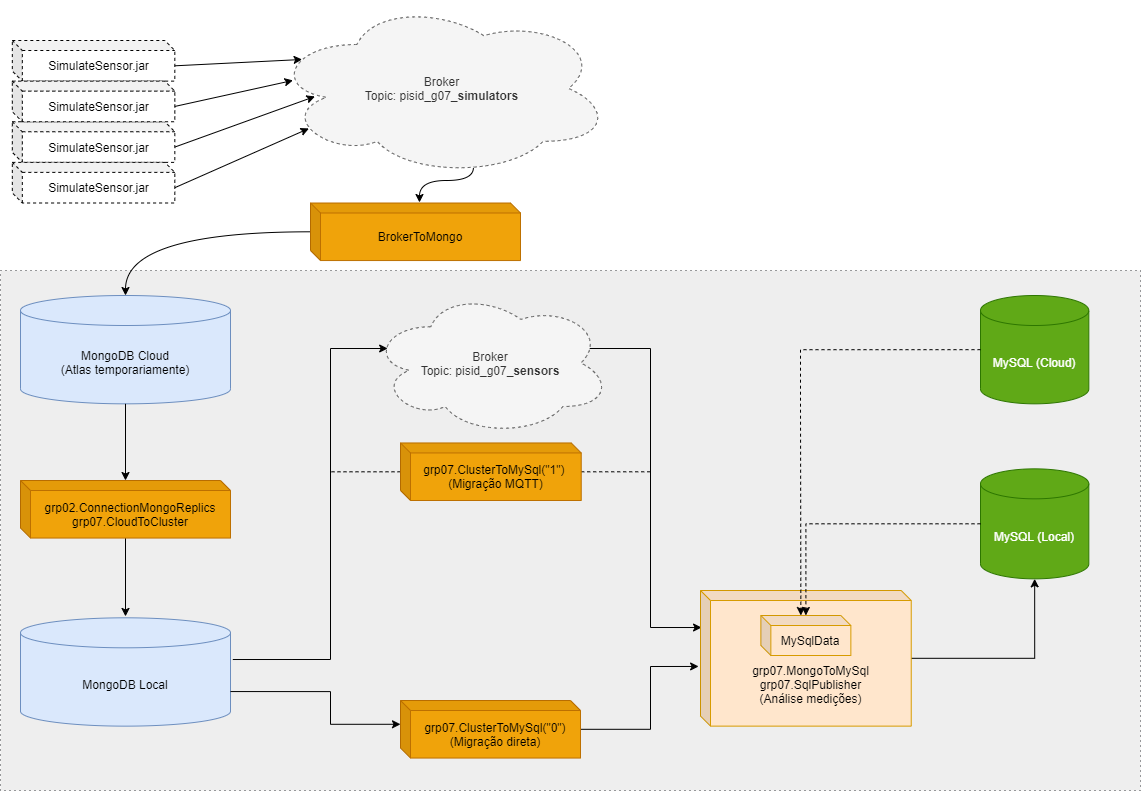
Above: java-app/app-scheme.png in gui-ant/psid (draw.io), before the change. Source tidied: cells renumbered, new cells last; positions are measured from the earlier drawing's top-left corner, leaving out a move shared by most shapes.
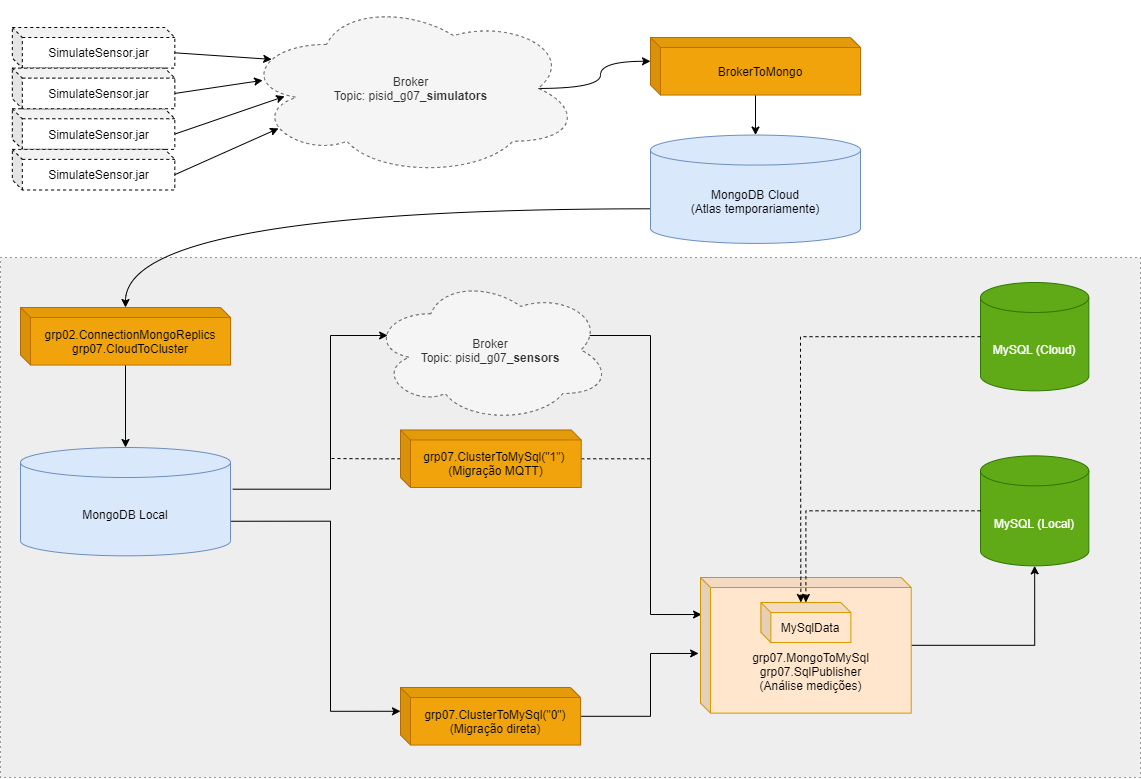
Later version of the same file.

The edit, as a diff of the source:
```diff
@@ -5,16 +5,16 @@
     <mxCell id="2" style="rounded=0;whiteSpace=wrap;html=1;dashed=1;dashPattern=1 4;fillColor=#eeeeee;strokeColor=#36393d;" parent="1" vertex="1">
       <mxGeometry y="270" width="1140" height="520" as="geometry" />
     </mxCell>
-    <mxCell id="3" style="edgeStyle=orthogonalEdgeStyle;rounded=0;jettySize=auto;html=1;exitX=0.594;exitY=0.949;exitDx=0;exitDy=0;exitPerimeter=0;entryX=0.519;entryY=-0.009;entryDx=0;entryDy=0;entryPerimeter=0;curved=1;" parent="1" edge="1" source="4" target="36">
+    <mxCell id="3" style="edgeStyle=orthogonalEdgeStyle;rounded=0;jettySize=auto;html=1;exitDx=0;exitDy=0;exitPerimeter=0;entryDx=0;entryDy=23.776435185185186;entryPerimeter=0;curved=1;exitX=0.875;exitY=0.5;entryX=0;entryY=0;" parent="1" edge="1" source="4" target="36">
       <mxGeometry relative="1" as="geometry">
         <Array as="points">
-          <mxPoint x="473" y="180" />
-          <mxPoint x="419" y="180" />
+          <mxPoint x="600" y="101" />
+          <mxPoint x="600" y="74" />
         </Array>
       </mxGeometry>
     </mxCell>
     <mxCell id="4" value="Broker&lt;br&gt;Topic: pisid_g07_&lt;b&gt;simulators&lt;/b&gt;" style="ellipse;shape=cloud;whiteSpace=wrap;html=1;dashed=1;fillColor=#f5f5f5;strokeColor=#666666;fontColor=#333333;" parent="1" vertex="1">
-      <mxGeometry x="271.8" width="338.5" height="176" as="geometry" />
+      <mxGeometry x="241.5" y="12.9" width="338.5" height="176" as="geometry" />
     </mxCell>
     <mxCell id="5" value="SimulateSensor.jar" style="shape=cube;whiteSpace=wrap;html=1;boundedLbl=1;backgroundOutline=1;darkOpacity=0.05;darkOpacity2=0.1;dashed=1;size=10;" parent="1" vertex="1">
       <mxGeometry x="11.8" y="40" width="162.5" height="40.6" as="geometry" />
@@ -40,26 +40,6 @@
     <mxCell id="12" style="edgeStyle=none;rounded=0;jettySize=auto;html=1;entryX=0.061;entryY=0.454;entryDx=0;entryDy=0;entryPerimeter=0;exitX=0;exitY=0;exitDx=162.50033898305085;exitDy=25.3125;exitPerimeter=0;" parent="1" edge="1" source="11" target="4">
       <mxGeometry x="31.8" y="36.5" as="geometry" />
     </mxCell>
-    <mxCell id="13" style="group;" parent="1" vertex="1">
-      <mxGeometry x="20" y="360" width="210" height="365.6" as="geometry" />
-    </mxCell>
-    <mxCell id="14" value="MongoDB Cloud&lt;br&gt;(Atlas temporariamente)" style="shape=cylinder3;whiteSpace=wrap;html=1;boundedLbl=1;backgroundOutline=1;size=15;fillColor=#dae8fc;strokeColor=#6c8ebf;" parent="13" vertex="1">
-      <mxGeometry y="-65" width="210" height="108.3" as="geometry" />
-    </mxCell>
-    <mxCell id="15" value="MongoDB Local" style="shape=cylinder3;whiteSpace=wrap;html=1;boundedLbl=1;backgroundOutline=1;size=15;fillColor=#dae8fc;strokeColor=#6c8ebf;" parent="13" vertex="1">
-      <mxGeometry y="257.3" width="210" height="108.3" as="geometry" />
-    </mxCell>
-    <mxCell id="16" style="edgeStyle=orthogonalEdgeStyle;curved=1;rounded=0;jettySize=auto;html=1;" parent="13" edge="1" source="17">
-      <mxGeometry relative="1" as="geometry">
-        <mxPoint x="105" y="255.9" as="targetPoint" />
-      </mxGeometry>
-    </mxCell>
-    <mxCell id="17" value="grp02.ConnectionMongoReplics&lt;br&gt;grp07.CloudToCluster" style="shape=cube;whiteSpace=wrap;html=1;boundedLbl=1;backgroundOutline=1;darkOpacity=0.05;darkOpacity2=0.1;size=10;fillColor=#f0a30a;strokeColor=#BD7000;fontColor=#000000;" parent="13" vertex="1">
-      <mxGeometry y="120" width="210" height="57.6" as="geometry" />
-    </mxCell>
-    <mxCell id="18" style="edgeStyle=orthogonalEdgeStyle;curved=1;rounded=0;jettySize=auto;html=1;" parent="13" edge="1" source="14" target="17">
-      <mxGeometry relative="1" as="geometry" />
-    </mxCell>
     <mxCell id="19" style="edgeStyle=orthogonalEdgeStyle;rounded=0;jettySize=auto;html=1;entryX=-0.009;entryY=0.56;entryDx=0;entryDy=0;entryPerimeter=0;" parent="1" edge="1" source="20" target="31">
       <mxGeometry relative="1" as="geometry">
         <Array as="points">
@@ -84,7 +64,11 @@
     </mxCell>
     <mxCell id="23" style="edgeStyle=orthogonalEdgeStyle;rounded=0;jettySize=auto;html=1;dashed=1;endArrow=none;endFill=0;" parent="1" edge="1" source="25">
       <mxGeometry relative="1" as="geometry">
-        <mxPoint x="330" y="554" as="targetPoint" />
+        <mxPoint x="330" y="471" as="targetPoint" />
+        <Array as="points">
+          <mxPoint x="370" y="471" />
+          <mxPoint x="330" y="471" />
+        </Array>
       </mxGeometry>
     </mxCell>
     <mxCell id="24" style="edgeStyle=orthogonalEdgeStyle;rounded=0;jettySize=auto;html=1;endArrow=none;endFill=0;dashed=1;" parent="1" edge="1" source="25">
@@ -98,7 +82,7 @@
     <mxCell id="26" style="edgeStyle=orthogonalEdgeStyle;rounded=0;jettySize=auto;html=1;entryX=0;entryY=0;entryDx=0;entryDy=23.775;entryPerimeter=0;exitX=1;exitY=0;exitDx=0;exitDy=73.75;exitPerimeter=0;" parent="1" edge="1" source="15" target="20">
       <mxGeometry relative="1" as="geometry">
         <Array as="points">
-          <mxPoint x="330" y="691" />
+          <mxPoint x="330" y="534" />
           <mxPoint x="330" y="724" />
         </Array>
       </mxGeometry>
@@ -106,7 +90,7 @@
     <mxCell id="27" style="edgeStyle=orthogonalEdgeStyle;rounded=0;jettySize=auto;html=1;entryX=0.07;entryY=0.4;entryDx=0;entryDy=0;entryPerimeter=0;exitX=1.011;exitY=0.385;exitDx=0;exitDy=0;exitPerimeter=0;" parent="1" edge="1" source="15" target="22">
       <mxGeometry relative="1" as="geometry">
         <Array as="points">
-          <mxPoint x="330" y="659" />
+          <mxPoint x="330" y="502" />
           <mxPoint x="330" y="348" />
         </Array>
       </mxGeometry>
@@ -141,11 +125,26 @@
     <mxCell id="34" style="edgeStyle=orthogonalEdgeStyle;rounded=0;jettySize=auto;html=1;endArrow=classic;endFill=1;dashed=1;" parent="1" edge="1" source="29" target="32">
       <mxGeometry relative="1" as="geometry" />
     </mxCell>
-    <mxCell id="35" style="edgeStyle=orthogonalEdgeStyle;rounded=0;jettySize=auto;html=1;curved=1;" parent="1" edge="1" source="36" target="14">
+    <mxCell id="35" style="edgeStyle=orthogonalEdgeStyle;rounded=0;jettySize=auto;html=1;curved=1;entryX=0.5;entryY=0;entryDx=0;entryDy=0;entryPerimeter=0;" parent="1" edge="1" source="36" target="14">
       <mxGeometry relative="1" as="geometry" />
     </mxCell>
     <mxCell id="36" value="BrokerToMongo" style="shape=cube;whiteSpace=wrap;html=1;boundedLbl=1;backgroundOutline=1;darkOpacity=0.05;darkOpacity2=0.1;size=10;fillColor=#f0a30a;strokeColor=#BD7000;fontColor=#000000;" parent="1" vertex="1">
-      <mxGeometry x="310" y="202.5" width="210" height="57.6" as="geometry" />
+      <mxGeometry x="650" y="50" width="210" height="57.6" as="geometry" />
     </mxCell>
+    <mxCell id="14" value="MongoDB Cloud&lt;br&gt;(Atlas temporariamente)" style="shape=cylinder3;whiteSpace=wrap;html=1;boundedLbl=1;backgroundOutline=1;size=15;fillColor=#dae8fc;strokeColor=#6c8ebf;" parent="1" vertex="1">
+      <mxGeometry x="650" y="147.6" width="210" height="108.3" as="geometry" />
+    </mxCell>
+    <mxCell id="15" value="MongoDB Local" style="shape=cylinder3;whiteSpace=wrap;html=1;boundedLbl=1;backgroundOutline=1;size=15;fillColor=#dae8fc;strokeColor=#6c8ebf;" parent="1" vertex="1">
+      <mxGeometry x="20" y="460" width="210" height="108.3" as="geometry" />
+    </mxCell>
+    <mxCell id="16" style="edgeStyle=orthogonalEdgeStyle;curved=1;rounded=0;jettySize=auto;html=1;entryX=0.5;entryY=0;entryDx=0;entryDy=0;entryPerimeter=0;" parent="1" edge="1" source="17" target="15">
+      <mxGeometry x="40" y="370" as="geometry" />
+    </mxCell>
+    <mxCell id="17" value="grp02.ConnectionMongoReplics&lt;br&gt;grp07.CloudToCluster" style="shape=cube;whiteSpace=wrap;html=1;boundedLbl=1;backgroundOutline=1;darkOpacity=0.05;darkOpacity2=0.1;size=10;fillColor=#f0a30a;strokeColor=#BD7000;fontColor=#000000;" parent="1" vertex="1">
+      <mxGeometry x="20" y="320" width="210" height="57.6" as="geometry" />
+    </mxCell>
+    <mxCell id="18" style="edgeStyle=orthogonalEdgeStyle;curved=1;rounded=0;jettySize=auto;html=1;exitX=0;exitY=0;exitDx=0;exitDy=73.75111111111111;exitPerimeter=0;" parent="1" edge="1" source="14" target="17">
+      <mxGeometry as="geometry" />
+    </mxCell>
   </root>
 </mxGraphModel>
```
